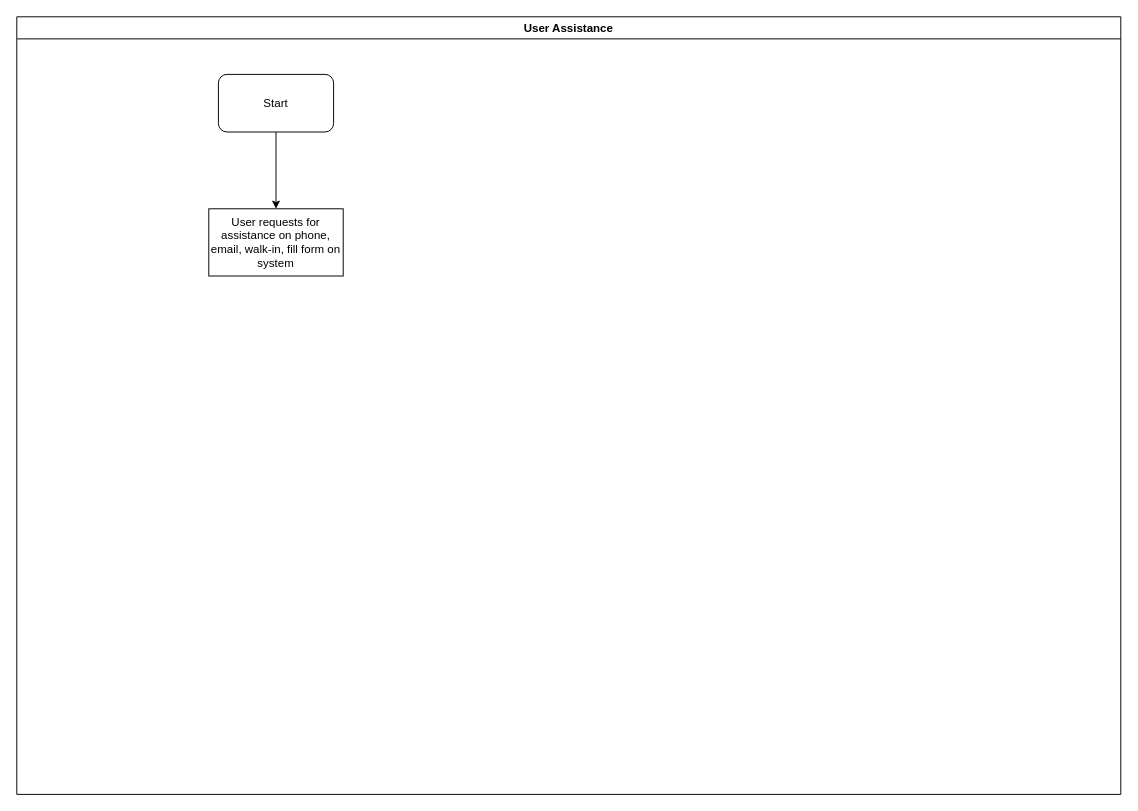
kmagua/flowcharts keeps this draw.io diagram as KEFRI-KM-User Assistance.drawio. Above is the earlier version. Source tidied: cells renumbered, new cells numbered last; positions are measured from the earlier drawing's top-left corner, leaving out a move shared by most shapes. Both pictures are drawn from the tidied source at 96%, with x=0, y=0 at pixel (16, 16).
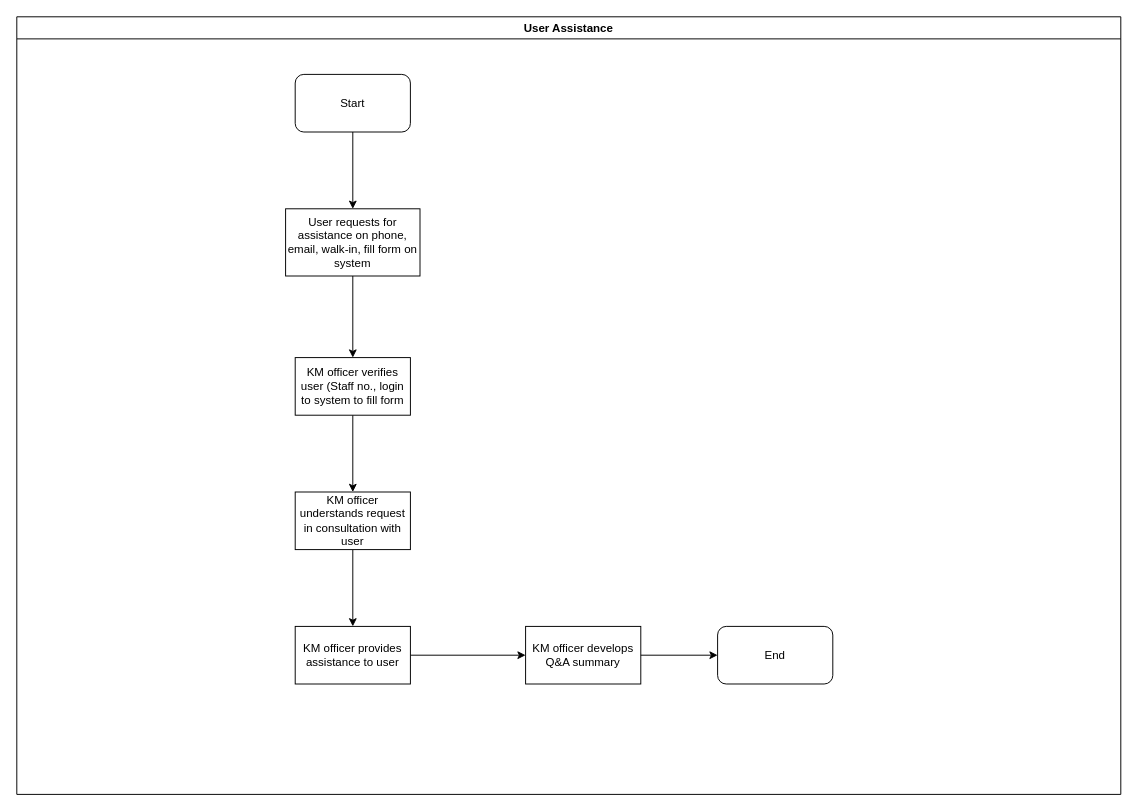
The same page after the edit.

Diff of the diagram source:
```diff
@@
 <mxGraphModel>
   <root>
     <mxCell id="0" />
     <mxCell id="1" parent="0" />
     <mxCell id="2" value="User Assistance" style="swimlane;" parent="1" vertex="1">
       <mxGeometry width="1150" height="810" as="geometry" />
     </mxCell>
     <mxCell id="3" value="Start" style="rounded=1;whiteSpace=wrap;html=1;" parent="2" vertex="1">
-      <mxGeometry x="210" y="60" width="120" height="60" as="geometry" />
+      <mxGeometry x="290" y="60" width="120" height="60" as="geometry" />
     </mxCell>
     <mxCell id="4" value="User requests for assistance on phone, email, walk-in, fill form on system" style="rounded=0;whiteSpace=wrap;html=1;" parent="2" vertex="1">
-      <mxGeometry x="200" y="200" width="140" height="70" as="geometry" />
+      <mxGeometry x="280" y="200" width="140" height="70" as="geometry" />
     </mxCell>
     <mxCell id="5" style="edgeStyle=orthogonalEdgeStyle;rounded=0;jettySize=auto;html=1;" parent="2" edge="1" source="3" target="4">
       <mxGeometry relative="1" as="geometry" />
     </mxCell>
+    <mxCell id="6" value="KM officer develops Q&amp;amp;A summary" style="whiteSpace=wrap;html=1;rounded=0;" parent="2" vertex="1">
+      <mxGeometry x="530" y="635" width="120" height="60" as="geometry" />
+    </mxCell>
+    <mxCell id="7" value="End" style="rounded=1;whiteSpace=wrap;html=1;" parent="2" vertex="1">
+      <mxGeometry x="730" y="635" width="120" height="60" as="geometry" />
+    </mxCell>
+    <mxCell id="8" style="edgeStyle=orthogonalEdgeStyle;rounded=0;jettySize=auto;html=1;entryX=0;entryY=0.5;entryDx=0;entryDy=0;" parent="2" edge="1" source="6" target="7">
+      <mxGeometry relative="1" as="geometry" />
+    </mxCell>
+    <mxCell id="9" style="edgeStyle=orthogonalEdgeStyle;rounded=0;jettySize=auto;html=1;" parent="1" edge="1" source="10" target="13">
+      <mxGeometry relative="1" as="geometry" />
+    </mxCell>
+    <mxCell id="10" value="KM officer verifies user (Staff no., login to system to fill form" style="whiteSpace=wrap;html=1;rounded=0;" parent="1" vertex="1">
+      <mxGeometry x="290" y="355" width="120" height="60" as="geometry" />
+    </mxCell>
+    <mxCell id="11" style="edgeStyle=orthogonalEdgeStyle;rounded=0;jettySize=auto;html=1;" parent="1" edge="1" source="4" target="10">
+      <mxGeometry relative="1" as="geometry" />
+    </mxCell>
+    <mxCell id="12" style="edgeStyle=orthogonalEdgeStyle;rounded=0;jettySize=auto;html=1;" parent="1" edge="1" source="13" target="15">
+      <mxGeometry relative="1" as="geometry" />
+    </mxCell>
+    <mxCell id="13" value="KM officer understands request in consultation with user" style="whiteSpace=wrap;html=1;rounded=0;" parent="1" vertex="1">
+      <mxGeometry x="290" y="495" width="120" height="60" as="geometry" />
+    </mxCell>
+    <mxCell id="14" style="edgeStyle=orthogonalEdgeStyle;rounded=0;jettySize=auto;html=1;" parent="1" edge="1" source="15" target="6">
+      <mxGeometry relative="1" as="geometry" />
+    </mxCell>
+    <mxCell id="15" value="KM officer provides assistance to user" style="whiteSpace=wrap;html=1;rounded=0;" parent="1" vertex="1">
+      <mxGeometry x="290" y="635" width="120" height="60" as="geometry" />
+    </mxCell>
   </root>
 </mxGraphModel>
```
